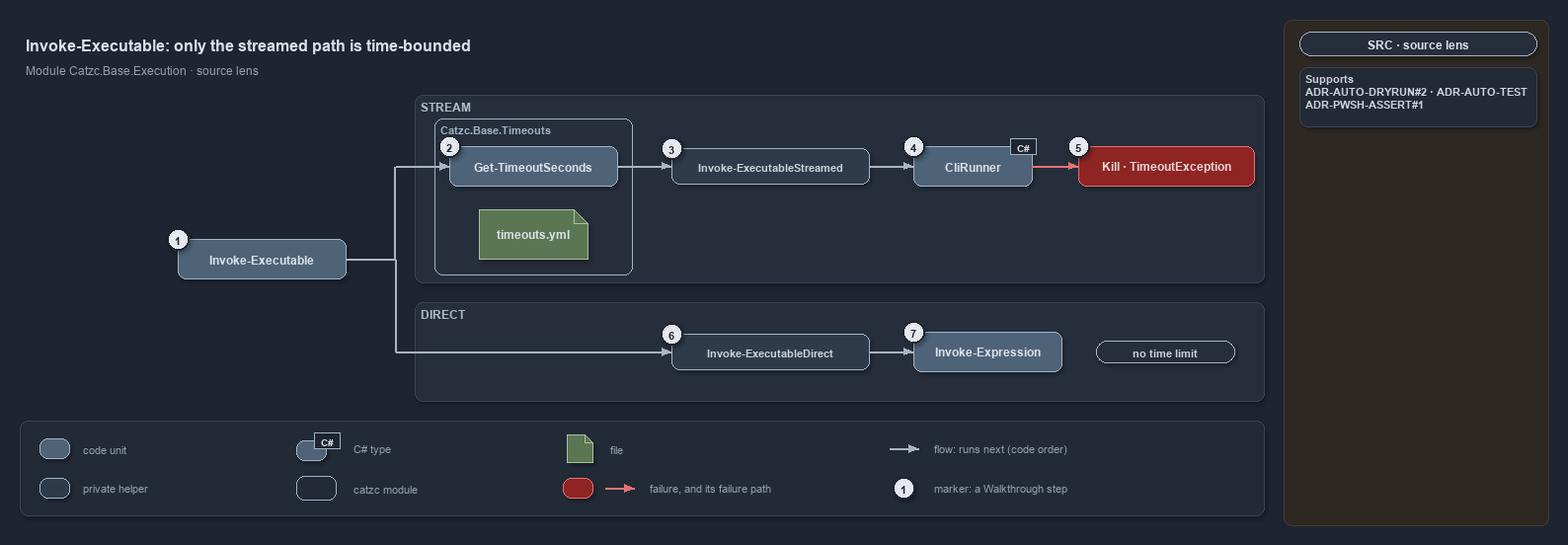
This is docs/references/pwsh/.assets/invoke-executable-two-paths-one-bounded/diagram.drawio.png from casperease/catzc, a draw.io export, as it was before one commit. Source tidied: cells renumbered, new cells last; positions are measured from the earlier drawing's top-left corner, leaving out a move shared by most shapes. The source it was exported from:
```xml
<mxGraphModel background="#1E2430" shadow="1">
  <root>
    <mxCell id="0" />
    <mxCell id="1" parent="0" />
    <mxCell id="2" style="rounded=1;arcSize=2;html=1;fillColor=#2E2823;strokeColor=#453C33;shadow=0;" parent="1" vertex="1">
      <mxGeometry x="1280" width="268" height="512" as="geometry" />
    </mxCell>
    <mxCell id="3" value="Invoke-Executable: only the streamed path is time-bounded" style="text;html=1;align=left;verticalAlign=middle;fontSize=16;fontStyle=1;fontColor=#DDE2E9;" parent="1" vertex="1">
      <mxGeometry y="10" width="1260" height="30" as="geometry" />
    </mxCell>
    <mxCell id="4" value="Module Catzc.Base.Execution · source lens" style="text;html=1;align=left;verticalAlign=middle;fontSize=12;fontColor=#949FAE;" parent="1" vertex="1">
      <mxGeometry y="40" width="1260" height="20" as="geometry" />
    </mxCell>
    <mxCell id="5" value="STREAM" style="rounded=1;html=1;arcSize=3;fillColor=#262E3B;strokeColor=#3A4555;verticalAlign=top;align=left;spacingLeft=8;fontStyle=1;fontSize=12;fontColor=#B0BAC7;" parent="1" vertex="1">
      <mxGeometry x="400" y="76" width="860" height="190" as="geometry" />
    </mxCell>
    <mxCell id="6" value="DIRECT" style="rounded=1;html=1;arcSize=3;fillColor=#262E3B;strokeColor=#3A4555;verticalAlign=top;align=left;spacingLeft=8;fontStyle=1;fontSize=12;fontColor=#B0BAC7;" parent="1" vertex="1">
      <mxGeometry x="400" y="286" width="860" height="100" as="geometry" />
    </mxCell>
    <mxCell id="7" value="&lt;b&gt;Invoke-Executable&lt;/b&gt;" style="rounded=1;whiteSpace=wrap;html=1;arcSize=20;fillColor=#4E6378;strokeColor=#9FB3C8;fontColor=#DDE2E9;fontSize=12;" parent="1" vertex="1">
      <mxGeometry x="160" y="222" width="170" height="40" as="geometry" />
    </mxCell>
    <mxCell id="8" value="Catzc.Base.Timeouts" style="rounded=1;html=1;arcSize=6;fillColor=none;strokeColor=#9FB3C8;strokeWidth=1.5;verticalAlign=top;align=left;spacingLeft=8;fontStyle=1;fontSize=11;fontColor=#9FB3C8;shadow=0;" parent="1" vertex="1">
      <mxGeometry x="420" y="100" width="200" height="158" as="geometry" />
    </mxCell>
    <mxCell id="9" value="&lt;b&gt;Get-TimeoutSeconds&lt;/b&gt;" style="rounded=1;whiteSpace=wrap;html=1;arcSize=20;fillColor=#4E6378;strokeColor=#9FB3C8;fontColor=#DDE2E9;fontSize=12;" parent="8" vertex="1">
      <mxGeometry x="15" y="28" width="170" height="40" as="geometry" />
    </mxCell>
    <mxCell id="10" value="&lt;b&gt;timeouts.yml&lt;/b&gt;" style="shape=note;size=14;whiteSpace=wrap;html=1;fillColor=#5B7653;strokeColor=#A9C29F;fontColor=#DDE2E9;fontSize=12;" parent="8" vertex="1">
      <mxGeometry x="45" y="92" width="110" height="50" as="geometry" />
    </mxCell>
    <mxCell id="11" value="&lt;b&gt;Invoke-ExecutableStreamed&lt;/b&gt;" style="rounded=1;whiteSpace=wrap;html=1;arcSize=20;fillColor=#2F3B4A;strokeColor=#9FB3C8;fontColor=#CDD3DC;fontSize=11;" parent="1" vertex="1">
      <mxGeometry x="660" y="130" width="200" height="36" as="geometry" />
    </mxCell>
    <mxCell id="12" value="&lt;b&gt;CliRunner&lt;/b&gt;" style="rounded=1;whiteSpace=wrap;html=1;arcSize=20;fillColor=#4E6378;strokeColor=#9FB3C8;fontColor=#DDE2E9;fontSize=12;" parent="1" vertex="1">
      <mxGeometry x="905" y="128" width="120" height="40" as="geometry" />
    </mxCell>
    <mxCell id="13" value="C#" style="rounded=0;html=1;fillColor=#1E2430;strokeColor=#9FB3C8;fontColor=#DDE2E9;fontStyle=1;fontSize=10.5;shadow=0;" parent="1" vertex="1">
      <mxGeometry x="1003" y="120" width="26" height="16" as="geometry" />
    </mxCell>
    <mxCell id="14" value="&lt;b&gt;Kill · TimeoutException&lt;/b&gt;" style="rounded=1;whiteSpace=wrap;html=1;arcSize=20;fillColor=#8E2424;strokeColor=#E57373;fontColor=#EFD4D4;fontSize=12;" parent="1" vertex="1">
      <mxGeometry x="1072" y="128" width="178" height="40" as="geometry" />
    </mxCell>
    <mxCell id="15" value="&lt;b&gt;Invoke-ExecutableDirect&lt;/b&gt;" style="rounded=1;whiteSpace=wrap;html=1;arcSize=20;fillColor=#2F3B4A;strokeColor=#9FB3C8;fontColor=#CDD3DC;fontSize=11;" parent="1" vertex="1">
      <mxGeometry x="660" y="318" width="200" height="36" as="geometry" />
    </mxCell>
    <mxCell id="16" value="&lt;b&gt;Invoke-Expression&lt;/b&gt;" style="rounded=1;whiteSpace=wrap;html=1;arcSize=20;fillColor=#4E6378;strokeColor=#9FB3C8;fontColor=#DDE2E9;fontSize=12;" parent="1" vertex="1">
      <mxGeometry x="905" y="316" width="150" height="40" as="geometry" />
    </mxCell>
    <mxCell id="17" style="text;html=1;strokeColor=none;fillColor=none;" parent="1" vertex="1">
      <mxGeometry x="380" y="242" width="1" height="1" as="geometry" />
    </mxCell>
    <mxCell id="18" style="text;html=1;strokeColor=none;fillColor=none;" parent="1" vertex="1">
      <mxGeometry x="380" y="148" width="1" height="1" as="geometry" />
    </mxCell>
    <mxCell id="19" style="text;html=1;strokeColor=none;fillColor=none;" parent="1" vertex="1">
      <mxGeometry x="380" y="336" width="1" height="1" as="geometry" />
    </mxCell>
    <mxCell id="20" style="edgeStyle=orthogonalEdgeStyle;rounded=1;html=1;endArrow=none;strokeColor=#AAB4C3;shadow=0;" parent="1" edge="1" source="7" target="17">
      <mxGeometry relative="1" as="geometry" />
    </mxCell>
    <mxCell id="21" style="edgeStyle=orthogonalEdgeStyle;rounded=1;html=1;endArrow=none;strokeColor=#AAB4C3;shadow=0;" parent="1" edge="1" source="17" target="18">
      <mxGeometry relative="1" as="geometry" />
    </mxCell>
    <mxCell id="22" style="edgeStyle=orthogonalEdgeStyle;rounded=1;html=1;endArrow=none;strokeColor=#AAB4C3;shadow=0;" parent="1" edge="1" source="17" target="19">
      <mxGeometry relative="1" as="geometry" />
    </mxCell>
    <mxCell id="23" style="edgeStyle=orthogonalEdgeStyle;rounded=1;html=1;fontSize=10;fontColor=#CDD3DC;endArrow=block;strokeColor=#AAB4C3;shadow=0;" parent="1" edge="1" source="18" target="9">
      <mxGeometry relative="1" as="geometry" />
    </mxCell>
    <mxCell id="24" style="edgeStyle=orthogonalEdgeStyle;rounded=1;html=1;fontSize=10;fontColor=#CDD3DC;endArrow=block;strokeColor=#AAB4C3;shadow=0;" parent="1" edge="1" source="9" target="11">
      <mxGeometry relative="1" as="geometry" />
    </mxCell>
    <mxCell id="25" style="edgeStyle=orthogonalEdgeStyle;rounded=1;html=1;fontSize=10;fontColor=#CDD3DC;endArrow=block;strokeColor=#AAB4C3;shadow=0;" parent="1" edge="1" source="11" target="12">
      <mxGeometry relative="1" as="geometry" />
    </mxCell>
    <mxCell id="26" style="edgeStyle=orthogonalEdgeStyle;rounded=1;html=1;fontSize=10;fontColor=#CDD3DC;endArrow=block;strokeColor=#E57373;shadow=0;" parent="1" edge="1" source="12" target="14">
      <mxGeometry relative="1" as="geometry" />
    </mxCell>
    <mxCell id="27" style="edgeStyle=orthogonalEdgeStyle;rounded=1;html=1;fontSize=10;fontColor=#CDD3DC;endArrow=block;strokeColor=#AAB4C3;shadow=0;" parent="1" edge="1" source="19" target="15">
      <mxGeometry relative="1" as="geometry" />
    </mxCell>
    <mxCell id="28" style="edgeStyle=orthogonalEdgeStyle;rounded=1;html=1;fontSize=10;fontColor=#CDD3DC;endArrow=block;strokeColor=#AAB4C3;shadow=0;" parent="1" edge="1" source="15" target="16">
      <mxGeometry relative="1" as="geometry" />
    </mxCell>
    <mxCell id="29" value="1" style="ellipse;html=1;fillColor=#E6EAF0;strokeColor=#1E2430;strokeWidth=2;fontColor=#1E2430;fontStyle=1;fontSize=11;" parent="1" vertex="1">
      <mxGeometry x="149" y="211" width="22" height="22" as="geometry" />
    </mxCell>
    <mxCell id="30" value="2" style="ellipse;html=1;fillColor=#E6EAF0;strokeColor=#1E2430;strokeWidth=2;fontColor=#1E2430;fontStyle=1;fontSize=11;" parent="1" vertex="1">
      <mxGeometry x="424" y="117" width="22" height="22" as="geometry" />
    </mxCell>
    <mxCell id="31" value="3" style="ellipse;html=1;fillColor=#E6EAF0;strokeColor=#1E2430;strokeWidth=2;fontColor=#1E2430;fontStyle=1;fontSize=11;" parent="1" vertex="1">
      <mxGeometry x="649" y="119" width="22" height="22" as="geometry" />
    </mxCell>
    <mxCell id="32" value="4" style="ellipse;html=1;fillColor=#E6EAF0;strokeColor=#1E2430;strokeWidth=2;fontColor=#1E2430;fontStyle=1;fontSize=11;" parent="1" vertex="1">
      <mxGeometry x="894" y="117" width="22" height="22" as="geometry" />
    </mxCell>
    <mxCell id="33" value="5" style="ellipse;html=1;fillColor=#E6EAF0;strokeColor=#1E2430;strokeWidth=2;fontColor=#1E2430;fontStyle=1;fontSize=11;" parent="1" vertex="1">
      <mxGeometry x="1061" y="117" width="22" height="22" as="geometry" />
    </mxCell>
    <mxCell id="34" value="6" style="ellipse;html=1;fillColor=#E6EAF0;strokeColor=#1E2430;strokeWidth=2;fontColor=#1E2430;fontStyle=1;fontSize=11;" parent="1" vertex="1">
      <mxGeometry x="649" y="307" width="22" height="22" as="geometry" />
    </mxCell>
    <mxCell id="35" value="&lt;b&gt;no time limit&lt;/b&gt;" style="rounded=1;arcSize=50;whiteSpace=wrap;html=1;fillColor=#262E3B;strokeColor=#AAB4C3;fontColor=#CDD3DC;fontSize=11;" parent="1" vertex="1">
      <mxGeometry x="1090" y="325" width="140" height="22" as="geometry" />
    </mxCell>
    <mxCell id="36" value="7" style="ellipse;html=1;fillColor=#E6EAF0;strokeColor=#1E2430;strokeWidth=2;fontColor=#1E2430;fontStyle=1;fontSize=11;" parent="1" vertex="1">
      <mxGeometry x="894" y="305" width="22" height="22" as="geometry" />
    </mxCell>
    <mxCell id="37" style="rounded=1;arcSize=6;html=1;fillColor=#222A36;strokeColor=#3A4555;" parent="1" vertex="1">
      <mxGeometry y="406" width="1260" height="96" as="geometry" />
    </mxCell>
    <mxCell id="38" style="rounded=1;whiteSpace=wrap;html=1;arcSize=20;fillColor=#4E6378;strokeColor=#9FB3C8;" parent="1" vertex="1">
      <mxGeometry x="20" y="424" width="30" height="20" as="geometry" />
    </mxCell>
    <mxCell id="39" value="code unit" style="text;html=1;align=left;verticalAlign=middle;fontSize=11;fontColor=#949FAE;" parent="1" vertex="1">
      <mxGeometry x="58" y="424" width="200" height="20" as="geometry" />
    </mxCell>
    <mxCell id="40" style="rounded=1;whiteSpace=wrap;html=1;arcSize=20;fillColor=#2F3B4A;strokeColor=#9FB3C8;" parent="1" vertex="1">
      <mxGeometry x="20" y="464" width="30" height="20" as="geometry" />
    </mxCell>
    <mxCell id="41" value="private helper" style="text;html=1;align=left;verticalAlign=middle;fontSize=11;fontColor=#949FAE;" parent="1" vertex="1">
      <mxGeometry x="58" y="464" width="200" height="20" as="geometry" />
    </mxCell>
    <mxCell id="42" style="rounded=1;whiteSpace=wrap;html=1;arcSize=20;fillColor=#4E6378;strokeColor=#9FB3C8;" parent="1" vertex="1">
      <mxGeometry x="280" y="426" width="30" height="20" as="geometry" />
    </mxCell>
    <mxCell id="43" value="C#" style="rounded=0;html=1;fillColor=#1E2430;strokeColor=#9FB3C8;fontColor=#DDE2E9;fontStyle=1;fontSize=10.5;shadow=0;" parent="1" vertex="1">
      <mxGeometry x="298" y="418" width="26" height="16" as="geometry" />
    </mxCell>
    <mxCell id="44" value="C# type" style="text;html=1;align=left;verticalAlign=middle;fontSize=11;fontColor=#949FAE;" parent="1" vertex="1">
      <mxGeometry x="332" y="424" width="200" height="20" as="geometry" />
    </mxCell>
    <mxCell id="45" style="rounded=1;html=1;arcSize=6;fillColor=none;strokeColor=#9FB3C8;strokeWidth=1.5;shadow=0;" parent="1" vertex="1">
      <mxGeometry x="280" y="462" width="40" height="24" as="geometry" />
    </mxCell>
    <mxCell id="46" value="catzc module" style="text;html=1;align=left;verticalAlign=middle;fontSize=11;fontColor=#949FAE;" parent="1" vertex="1">
      <mxGeometry x="332" y="464" width="200" height="20" as="geometry" />
    </mxCell>
    <mxCell id="47" style="shape=note;size=8;whiteSpace=wrap;html=1;fillColor=#5B7653;strokeColor=#A9C29F;" parent="1" vertex="1">
      <mxGeometry x="554" y="420" width="26" height="28" as="geometry" />
    </mxCell>
    <mxCell id="48" value="file" style="text;html=1;align=left;verticalAlign=middle;fontSize=11;fontColor=#949FAE;" parent="1" vertex="1">
      <mxGeometry x="592" y="424" width="200" height="20" as="geometry" />
    </mxCell>
    <mxCell id="49" style="rounded=1;whiteSpace=wrap;html=1;arcSize=20;fillColor=#8E2424;strokeColor=#E57373;" parent="1" vertex="1">
      <mxGeometry x="550" y="464" width="30" height="20" as="geometry" />
    </mxCell>
    <mxCell id="50" style="text;html=1;strokeColor=none;fillColor=none;" parent="1" vertex="1">
      <mxGeometry x="592" y="474" width="1" height="1" as="geometry" />
    </mxCell>
    <mxCell id="51" style="text;html=1;strokeColor=none;fillColor=none;" parent="1" vertex="1">
      <mxGeometry x="622" y="474" width="1" height="1" as="geometry" />
    </mxCell>
    <mxCell id="52" style="edgeStyle=orthogonalEdgeStyle;rounded=1;html=1;endArrow=block;strokeColor=#E57373;shadow=0;" parent="1" edge="1" source="50" target="51">
      <mxGeometry relative="1" as="geometry" />
    </mxCell>
    <mxCell id="53" value="failure, and its failure path" style="text;html=1;align=left;verticalAlign=middle;fontSize=11;fontColor=#949FAE;" parent="1" vertex="1">
      <mxGeometry x="632" y="464" width="220" height="20" as="geometry" />
    </mxCell>
    <mxCell id="54" style="text;html=1;strokeColor=none;fillColor=none;" parent="1" vertex="1">
      <mxGeometry x="880" y="434" width="1" height="1" as="geometry" />
    </mxCell>
    <mxCell id="55" style="text;html=1;strokeColor=none;fillColor=none;" parent="1" vertex="1">
      <mxGeometry x="910" y="434" width="1" height="1" as="geometry" />
    </mxCell>
    <mxCell id="56" style="edgeStyle=orthogonalEdgeStyle;rounded=1;html=1;endArrow=block;strokeColor=#AAB4C3;shadow=0;" parent="1" edge="1" source="54" target="55">
      <mxGeometry relative="1" as="geometry" />
    </mxCell>
    <mxCell id="57" value="flow: runs next (code order)" style="text;html=1;align=left;verticalAlign=middle;fontSize=11;fontColor=#949FAE;" parent="1" vertex="1">
      <mxGeometry x="920" y="424" width="220" height="20" as="geometry" />
    </mxCell>
    <mxCell id="58" value="1" style="ellipse;html=1;fillColor=#E6EAF0;strokeColor=#1E2430;strokeWidth=2;fontColor=#1E2430;fontStyle=1;fontSize=11;" parent="1" vertex="1">
      <mxGeometry x="884" y="463" width="22" height="22" as="geometry" />
    </mxCell>
    <mxCell id="59" value="marker: a Walkthrough step" style="text;html=1;align=left;verticalAlign=middle;fontSize=11;fontColor=#949FAE;" parent="1" vertex="1">
      <mxGeometry x="920" y="464" width="220" height="20" as="geometry" />
    </mxCell>
    <mxCell id="60" value="SRC · source lens" style="rounded=1;arcSize=50;whiteSpace=wrap;html=1;fillColor=#262E3B;strokeColor=#AAB4C3;fontColor=#DDE2E9;fontStyle=1;fontSize=12;" parent="1" vertex="1">
      <mxGeometry x="1296" y="12" width="240" height="24" as="geometry" />
    </mxCell>
    <mxCell id="61" value="&lt;b&gt;Supports&lt;/b&gt;&lt;br&gt;ADR-AUTO-DRYRUN#2 · ADR-AUTO-TEST&lt;br&gt;ADR-PWSH-ASSERT#1" style="rounded=1;arcSize=6;whiteSpace=wrap;html=1;align=left;verticalAlign=top;spacingLeft=6;fontSize=11;fontColor=#CDD3DC;fillColor=#222A36;strokeColor=#3A4555;" parent="1" vertex="1">
      <mxGeometry x="1296" y="48" width="240" height="60" as="geometry" />
    </mxCell>
  </root>
</mxGraphModel>
```
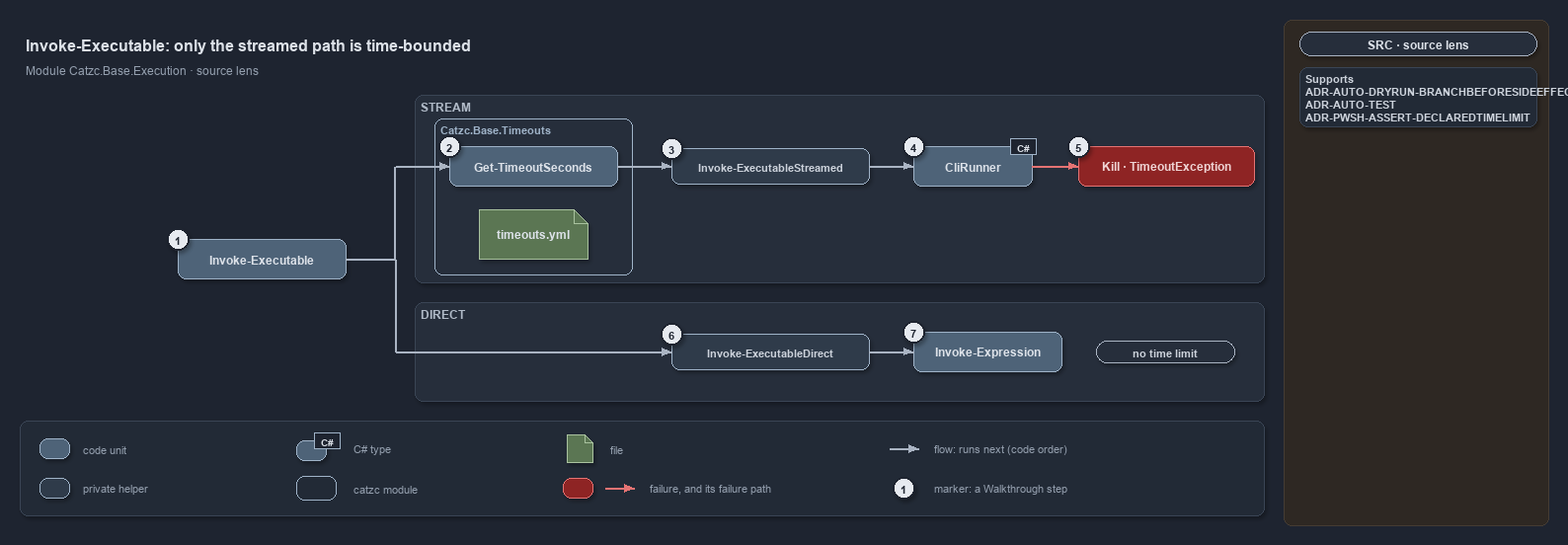
Above is the later version.

What changed in the source:
```diff
@@ -179,7 +179,7 @@
     <mxCell id="60" value="SRC · source lens" style="rounded=1;arcSize=50;whiteSpace=wrap;html=1;fillColor=#262E3B;strokeColor=#AAB4C3;fontColor=#DDE2E9;fontStyle=1;fontSize=12;" parent="1" vertex="1">
       <mxGeometry x="1296" y="12" width="240" height="24" as="geometry" />
     </mxCell>
-    <mxCell id="61" value="&lt;b&gt;Supports&lt;/b&gt;&lt;br&gt;ADR-AUTO-DRYRUN#2 · ADR-AUTO-TEST&lt;br&gt;ADR-PWSH-ASSERT#1" style="rounded=1;arcSize=6;whiteSpace=wrap;html=1;align=left;verticalAlign=top;spacingLeft=6;fontSize=11;fontColor=#CDD3DC;fillColor=#222A36;strokeColor=#3A4555;" parent="1" vertex="1">
+    <mxCell id="61" value="&lt;b&gt;Supports&lt;/b&gt;&lt;br&gt;ADR-AUTO-DRYRUN-BRANCHBEFORESIDEEFFECT&lt;br&gt;ADR-AUTO-TEST&lt;br&gt;ADR-PWSH-ASSERT-DECLAREDTIMELIMIT" style="rounded=1;arcSize=6;whiteSpace=wrap;html=1;align=left;verticalAlign=top;spacingLeft=6;fontSize=11;fontColor=#CDD3DC;fillColor=#222A36;strokeColor=#3A4555;" parent="1" vertex="1">
       <mxGeometry x="1296" y="48" width="240" height="60" as="geometry" />
     </mxCell>
   </root>
```
